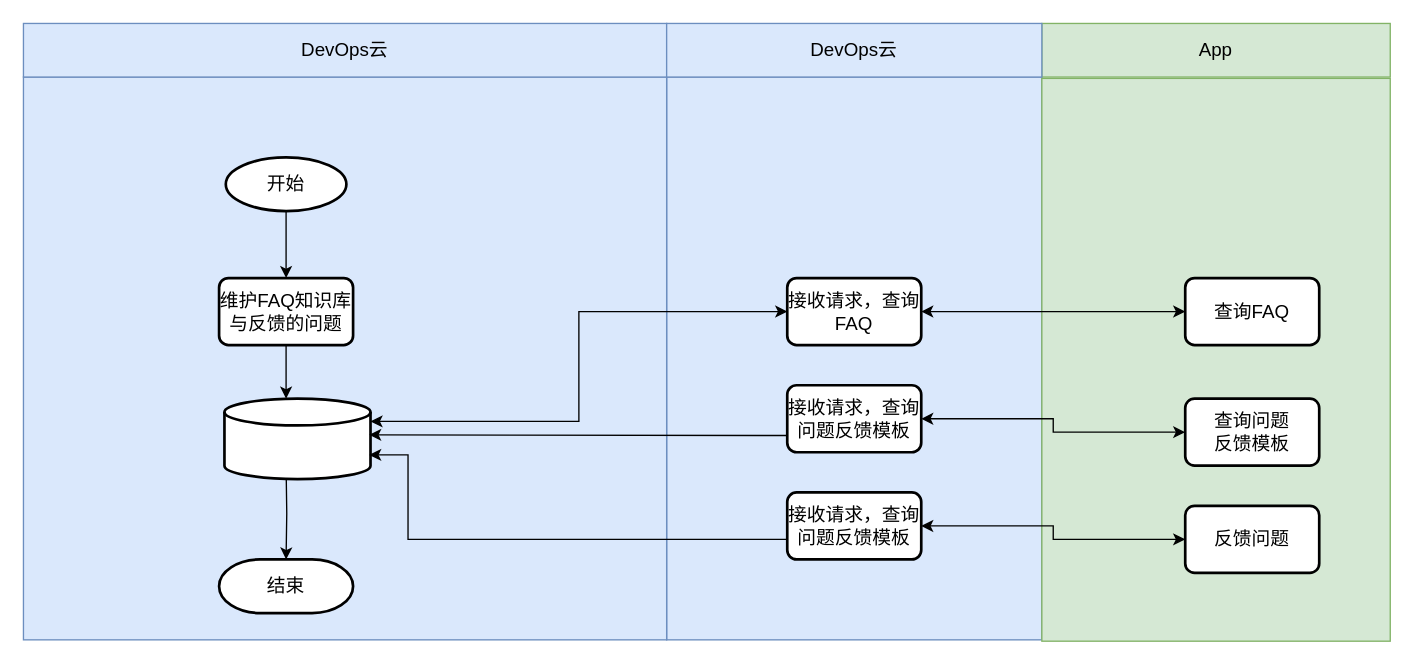
This is FAQ总体流程图2.drawio from HuaHero/OnLineFaq, a draw.io file, before an edit. Source tidied: cells renumbered, new cells numbered last; positions are measured from the earlier drawing's top-left corner, leaving out a move shared by most shapes. Both pictures are drawn from the tidied source at 134%, with x=0, y=0 at pixel (23, 23).
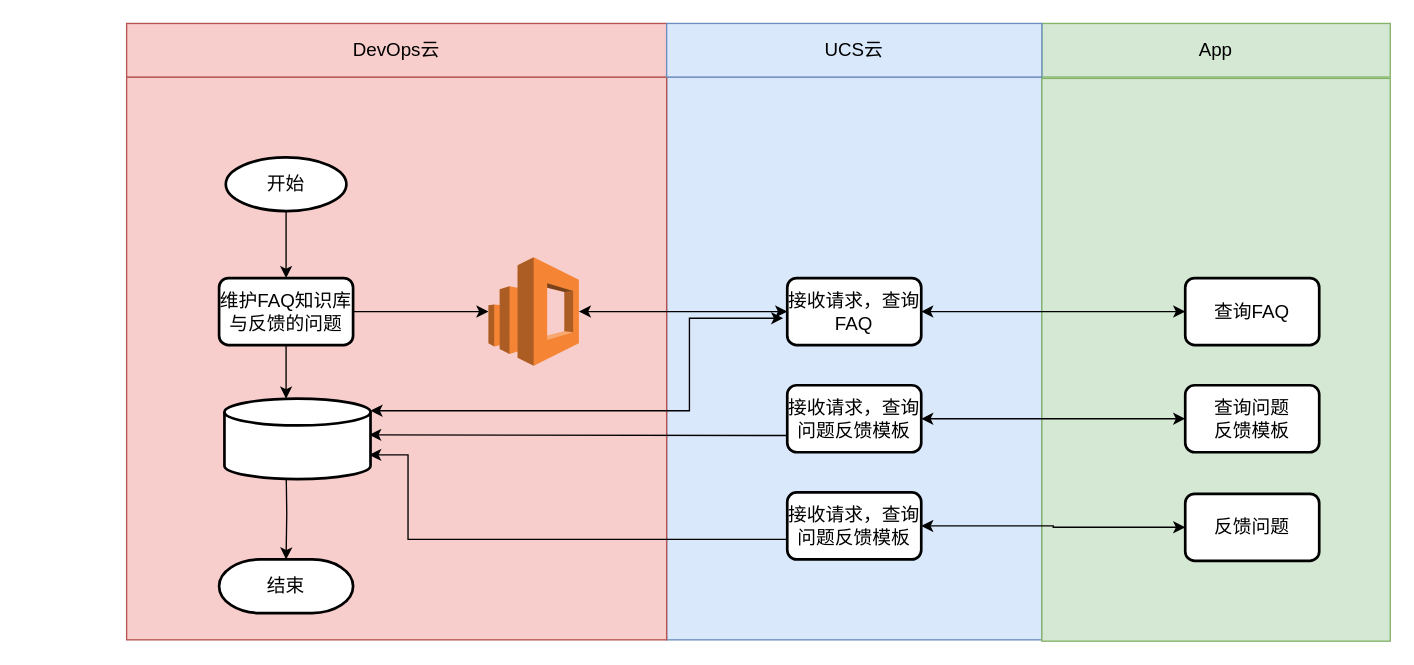
Above is the later version.

Commit message (it also covers changes not shown here):
更新FAQ总体流程图2.drawio

Unchanged cells that the change refers to:
```xml
<mxCell id="9" value="维护FAQ知识库与反馈的问题" style="rounded=1;whiteSpace=wrap;html=1;absoluteArcSize=1;arcSize=14;strokeWidth=2;fontSize=14;" parent="1" vertex="1">
  <mxGeometry x="146" y="190" width="100" height="50" as="geometry" />
</mxCell>
<mxCell id="15" value="接收请求，查询FAQ" style="rounded=1;whiteSpace=wrap;html=1;absoluteArcSize=1;arcSize=14;strokeWidth=2;fontSize=14;" parent="1" vertex="1">
  <mxGeometry x="570" y="190" width="100" height="50" as="geometry" />
</mxCell>
<mxCell id="18" style="strokeWidth=2;html=1;shape=mxgraph.flowchart.database;whiteSpace=wrap;fontSize=14;" parent="1" vertex="1">
  <mxGeometry x="150" y="280" width="109" height="60" as="geometry" />
</mxCell>
```

Change to the diagram source:
```diff
@@
-    <mxCell id="4" style="rounded=0;whiteSpace=wrap;html=1;fillColor=#dae8fc;strokeColor=#6c8ebf;fontSize=14;" parent="1" vertex="1">
-      <mxGeometry y="40" width="480" height="420" as="geometry" />
+    <mxCell id="4" style="rounded=0;whiteSpace=wrap;html=1;fillColor=#f8cecc;strokeColor=#b85450;fontSize=14;" parent="1" vertex="1">
+      <mxGeometry x="77" y="40" width="403" height="420" as="geometry" />
     </mxCell>
-    <mxCell id="5" value="DevOps云" style="rounded=0;whiteSpace=wrap;html=1;fillColor=#dae8fc;strokeColor=#6c8ebf;fontSize=14;" parent="1" vertex="1">
-      <mxGeometry width="480" height="40" as="geometry" />
+    <mxCell id="5" value="DevOps云" style="rounded=0;whiteSpace=wrap;html=1;fillColor=#f8cecc;strokeColor=#b85450;fontSize=14;" parent="1" vertex="1">
+      <mxGeometry x="77" width="403" height="40" as="geometry" />
     </mxCell>
@@
+    <mxCell id="27" style="edgeStyle=orthogonalEdgeStyle;rounded=0;jettySize=auto;html=1;exitX=1;exitY=0.5;exitDx=0;exitDy=0;" parent="1" edge="1" source="9" target="28">
+      <mxGeometry relative="1" as="geometry" />
+    </mxCell>
@@
     <mxCell id="17" value="查询问题&lt;div style=&quot;font-size: 14px;&quot;&gt;反馈模板&lt;/div&gt;" style="rounded=1;whiteSpace=wrap;html=1;absoluteArcSize=1;arcSize=14;strokeWidth=2;fontSize=14;" parent="1" vertex="1">
-      <mxGeometry x="867" y="280" width="100" height="50" as="geometry" />
+      <mxGeometry x="867" y="270" width="100" height="50" as="geometry" />
     </mxCell>
@@
-    <mxCell id="19" style="edgeStyle=orthogonalEdgeStyle;rounded=0;jettySize=auto;html=1;exitX=0;exitY=0.5;exitDx=0;exitDy=0;entryX=1;entryY=0.283;entryDx=0;entryDy=0;entryPerimeter=0;startArrow=classic;startFill=1;fontSize=14;" parent="1" edge="1" source="15" target="18">
+    <mxCell id="19" style="edgeStyle=orthogonalEdgeStyle;rounded=0;jettySize=auto;html=1;exitX=0;exitY=0.5;exitDx=0;exitDy=0;startArrow=classic;startFill=1;fontSize=14;" parent="1" edge="1" source="15" target="28">
       <mxGeometry relative="1" as="geometry" />
     </mxCell>
@@
     <mxCell id="23" value="反馈问题" style="rounded=1;whiteSpace=wrap;html=1;absoluteArcSize=1;arcSize=14;strokeWidth=2;fontSize=14;" parent="1" vertex="1">
-      <mxGeometry x="867" y="360" width="100" height="50" as="geometry" />
+      <mxGeometry x="867" y="351" width="100" height="50" as="geometry" />
     </mxCell>
@@
-    <mxCell id="26" value="DevOps云" style="rounded=0;whiteSpace=wrap;html=1;fillColor=#dae8fc;strokeColor=#6c8ebf;fontSize=14;" parent="1" vertex="1">
+    <mxCell id="26" value="UCS云" style="rounded=0;whiteSpace=wrap;html=1;fillColor=#dae8fc;strokeColor=#6c8ebf;fontSize=14;" parent="1" vertex="1">
       <mxGeometry x="480" width="280" height="40" as="geometry" />
     </mxCell>
+    <mxCell id="28" style="outlineConnect=0;dashed=0;verticalLabelPosition=bottom;verticalAlign=top;align=center;html=1;shape=mxgraph.aws3.elasticsearch_service;fillColor=#F58534;gradientColor=none;" parent="1" vertex="1">
+      <mxGeometry x="347" y="174.5" width="67.5" height="81" as="geometry" />
+    </mxCell>
+    <mxCell id="29" style="endArrow=classic;startArrow=classic;html=1;rounded=0;exitX=1;exitY=0.15;exitDx=0;exitDy=0;exitPerimeter=0;edgeStyle=orthogonalEdgeStyle;" parent="1" edge="1" source="18">
+      <mxGeometry relative="1" as="geometry">
+        <mxPoint x="567" y="220" as="targetPoint" />
+        <Array as="points">
+          <mxPoint x="497" y="289" />
+          <mxPoint x="497" y="220" />
+        </Array>
+      </mxGeometry>
+    </mxCell>
```
